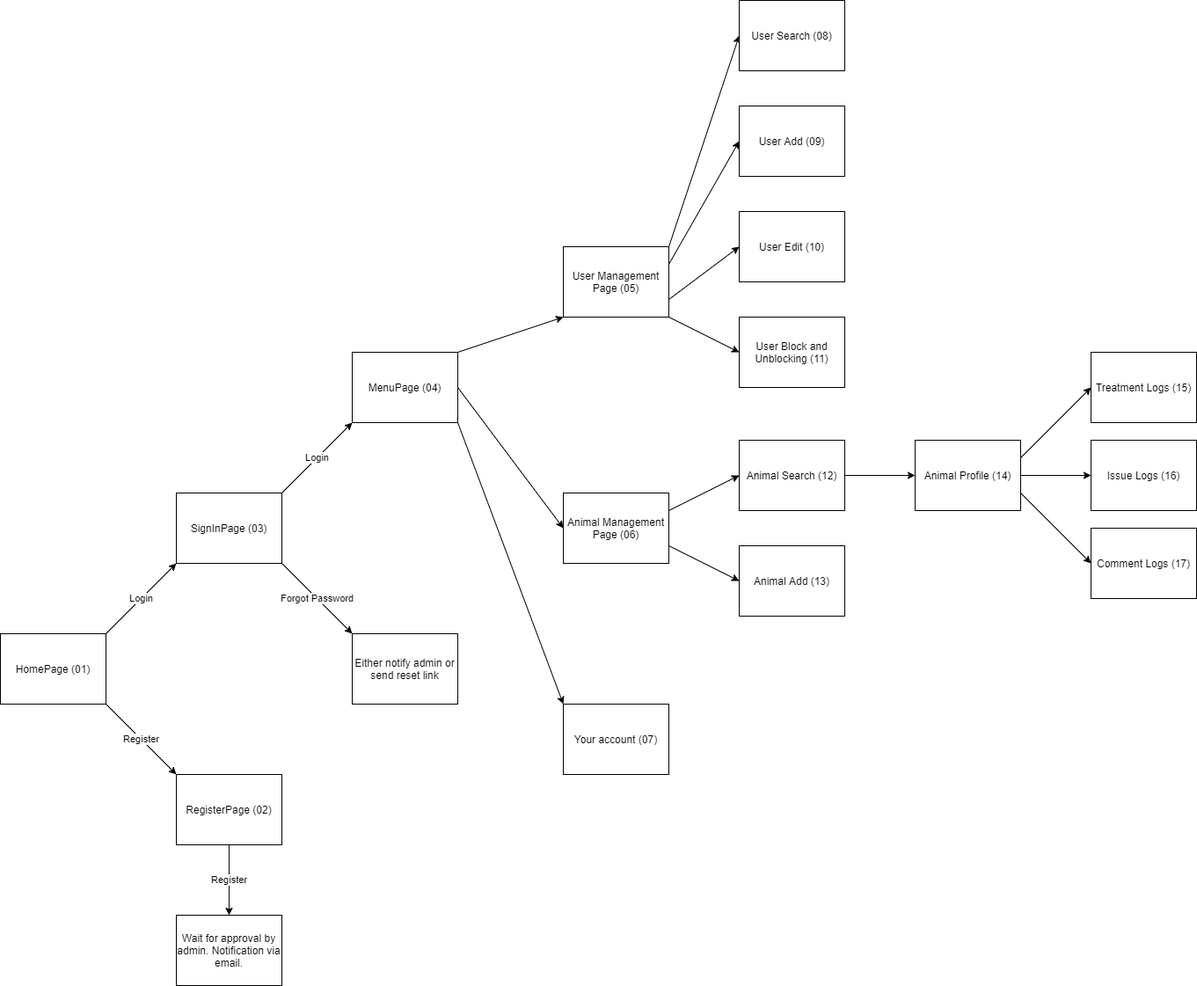
Earlier version of the draw.io export wireframing/00_Flow.png (zbhavyai/veterinary-clinic). Source tidied: cells renumbered, new cells last; positions are measured from the earlier drawing's top-left corner, leaving out a move shared by most shapes.
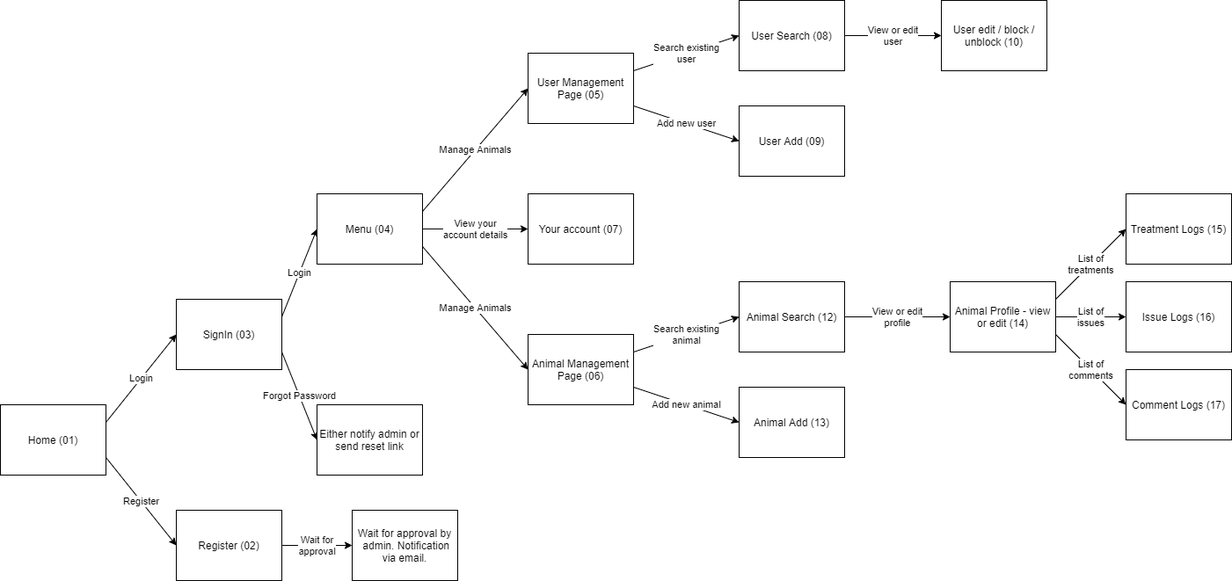
Above is the later version.

What changed in the source:
```diff
@@ -2,116 +2,110 @@
   <root>
     <mxCell id="0" />
     <mxCell id="1" parent="0" />
-    <mxCell id="2" value="Login" style="edgeStyle=none;rounded=0;jettySize=auto;html=1;exitX=1;exitY=0;exitDx=0;exitDy=0;entryX=0;entryY=1;entryDx=0;entryDy=0;endArrow=classic;endFill=1;" parent="1" edge="1" source="4" target="7">
+    <mxCell id="2" value="Login" style="edgeStyle=none;rounded=0;jettySize=auto;html=1;exitX=1;exitY=0.25;exitDx=0;exitDy=0;entryX=0;entryY=0.5;entryDx=0;entryDy=0;endArrow=classic;endFill=1;" parent="1" edge="1" source="4" target="7">
       <mxGeometry relative="1" as="geometry" />
     </mxCell>
-    <mxCell id="3" value="Register" style="edgeStyle=none;rounded=0;jettySize=auto;html=1;exitX=1;exitY=1;exitDx=0;exitDy=0;entryX=0;entryY=0;entryDx=0;entryDy=0;endArrow=classic;endFill=1;" parent="1" edge="1" source="4" target="9">
+    <mxCell id="3" value="Register" style="edgeStyle=none;rounded=0;jettySize=auto;html=1;exitX=1;exitY=0.75;exitDx=0;exitDy=0;entryX=0;entryY=0.5;entryDx=0;entryDy=0;endArrow=classic;endFill=1;" parent="1" edge="1" source="4" target="9">
       <mxGeometry relative="1" as="geometry" />
     </mxCell>
-    <mxCell id="4" value="HomePage (01)" style="rounded=0;whiteSpace=wrap;html=1;strokeWidth=1;fillColor=default;align=center;" parent="1" vertex="1">
+    <mxCell id="4" value="Home (01)" style="rounded=0;whiteSpace=wrap;html=1;strokeWidth=1;fillColor=default;align=center;" parent="1" vertex="1">
       <mxGeometry y="720" width="120" height="80" as="geometry" />
     </mxCell>
-    <mxCell id="5" value="Login" style="edgeStyle=none;rounded=0;jettySize=auto;html=1;exitX=1;exitY=0;exitDx=0;exitDy=0;entryX=0;entryY=1;entryDx=0;entryDy=0;endArrow=classic;endFill=1;" parent="1" edge="1" source="7" target="14">
+    <mxCell id="5" value="Login" style="edgeStyle=none;rounded=0;jettySize=auto;html=1;exitX=1;exitY=0.25;exitDx=0;exitDy=0;entryX=0;entryY=0.5;entryDx=0;entryDy=0;endArrow=classic;endFill=1;" parent="1" edge="1" source="7" target="14">
       <mxGeometry relative="1" as="geometry" />
     </mxCell>
-    <mxCell id="6" value="Forgot Password" style="edgeStyle=none;rounded=0;jettySize=auto;html=1;exitX=1;exitY=1;exitDx=0;exitDy=0;entryX=0;entryY=0;entryDx=0;entryDy=0;endArrow=classic;endFill=1;" parent="1" edge="1" source="7" target="15">
+    <mxCell id="6" value="Forgot Password" style="edgeStyle=none;rounded=0;jettySize=auto;html=1;exitX=1;exitY=0.75;exitDx=0;exitDy=0;entryX=0;entryY=0.5;entryDx=0;entryDy=0;endArrow=classic;endFill=1;" parent="1" edge="1" source="7" target="15">
       <mxGeometry relative="1" as="geometry" />
     </mxCell>
-    <mxCell id="7" value="SignInPage (03)" style="rounded=0;whiteSpace=wrap;html=1;strokeWidth=1;fillColor=default;align=center;" parent="1" vertex="1">
-      <mxGeometry x="200" y="560" width="120" height="80" as="geometry" />
+    <mxCell id="7" value="SignIn (03)" style="rounded=0;whiteSpace=wrap;html=1;strokeWidth=1;fillColor=default;align=center;" parent="1" vertex="1">
+      <mxGeometry x="200" y="600" width="120" height="80" as="geometry" />
     </mxCell>
-    <mxCell id="8" value="Register" style="edgeStyle=none;rounded=0;jettySize=auto;html=1;endArrow=classic;endFill=1;" parent="1" edge="1" source="9" target="10">
+    <mxCell id="8" value="Wait for&lt;br&gt;approval" style="edgeStyle=orthogonalEdgeStyle;rounded=0;jettySize=auto;html=1;" parent="1" edge="1" source="9" target="10">
       <mxGeometry relative="1" as="geometry" />
     </mxCell>
-    <mxCell id="9" value="RegisterPage (02)" style="rounded=0;whiteSpace=wrap;html=1;strokeWidth=1;fillColor=default;align=center;" parent="1" vertex="1">
-      <mxGeometry x="200" y="880" width="120" height="80" as="geometry" />
+    <mxCell id="9" value="Register (02)" style="rounded=0;whiteSpace=wrap;html=1;strokeWidth=1;fillColor=default;align=center;" parent="1" vertex="1">
+      <mxGeometry x="200" y="840" width="120" height="80" as="geometry" />
     </mxCell>
-    <mxCell id="10" value="Wait for approval by admin. Notification via email." style="rounded=0;whiteSpace=wrap;html=1;strokeWidth=1;fillColor=default;align=center;" parent="1" vertex="1">
-      <mxGeometry x="200" y="1040" width="120" height="80" as="geometry" />
+    <mxCell id="10" value="Wait for approval by&lt;br&gt;&amp;nbsp;admin. Notification via email." style="rounded=0;whiteSpace=wrap;html=1;strokeWidth=1;fillColor=default;align=center;" parent="1" vertex="1">
+      <mxGeometry x="400" y="840" width="120" height="80" as="geometry" />
     </mxCell>
-    <mxCell id="11" style="edgeStyle=none;rounded=0;jettySize=auto;html=1;exitX=1;exitY=0;exitDx=0;exitDy=0;entryX=0;entryY=1;entryDx=0;entryDy=0;endArrow=classic;endFill=1;" parent="1" edge="1" source="14" target="20">
+    <mxCell id="11" value="Manage Animals" style="edgeStyle=none;rounded=0;jettySize=auto;html=1;exitX=1;exitY=0.25;exitDx=0;exitDy=0;entryX=0;entryY=0.5;entryDx=0;entryDy=0;endArrow=classic;endFill=1;" parent="1" edge="1" source="14" target="20">
       <mxGeometry relative="1" as="geometry" />
     </mxCell>
-    <mxCell id="12" style="edgeStyle=none;rounded=0;jettySize=auto;html=1;exitX=1;exitY=0.5;exitDx=0;exitDy=0;entryX=0;entryY=0.5;entryDx=0;entryDy=0;endArrow=classic;endFill=1;" parent="1" edge="1" source="14" target="23">
+    <mxCell id="12" value="Manage Animals" style="edgeStyle=none;rounded=0;jettySize=auto;html=1;exitX=1;exitY=0.75;exitDx=0;exitDy=0;entryX=0;entryY=0.5;entryDx=0;entryDy=0;endArrow=classic;endFill=1;" parent="1" edge="1" source="14" target="23">
       <mxGeometry relative="1" as="geometry" />
     </mxCell>
-    <mxCell id="13" style="edgeStyle=none;rounded=0;jettySize=auto;html=1;exitX=1;exitY=1;exitDx=0;exitDy=0;entryX=0;entryY=0;entryDx=0;entryDy=0;endArrow=classic;endFill=1;" parent="1" edge="1" source="14" target="31">
+    <mxCell id="13" value="View your&lt;br&gt;account details" style="edgeStyle=none;rounded=0;jettySize=auto;html=1;exitX=1;exitY=0.5;exitDx=0;exitDy=0;entryX=0;entryY=0.5;entryDx=0;entryDy=0;endArrow=classic;endFill=1;" parent="1" edge="1" source="14" target="31">
       <mxGeometry relative="1" as="geometry" />
     </mxCell>
-    <mxCell id="14" value="MenuPage (04)" style="rounded=0;whiteSpace=wrap;html=1;strokeWidth=1;fillColor=default;align=center;" parent="1" vertex="1">
-      <mxGeometry x="400" y="400" width="120" height="80" as="geometry" />
+    <mxCell id="14" value="Menu (04)" style="rounded=0;whiteSpace=wrap;html=1;strokeWidth=1;fillColor=default;align=center;" parent="1" vertex="1">
+      <mxGeometry x="360" y="480" width="120" height="80" as="geometry" />
     </mxCell>
     <mxCell id="15" value="Either notify admin or send reset link" style="rounded=0;whiteSpace=wrap;html=1;strokeWidth=1;fillColor=default;align=center;" parent="1" vertex="1">
-      <mxGeometry x="400" y="720" width="120" height="80" as="geometry" />
+      <mxGeometry x="360" y="720" width="120" height="80" as="geometry" />
     </mxCell>
-    <mxCell id="16" style="edgeStyle=none;rounded=0;jettySize=auto;html=1;exitX=1;exitY=0;exitDx=0;exitDy=0;entryX=0;entryY=0.5;entryDx=0;entryDy=0;endArrow=classic;endFill=1;" parent="1" edge="1" source="20" target="24">
+    <mxCell id="16" value="Search existing&lt;br&gt;user" style="edgeStyle=none;rounded=0;jettySize=auto;html=1;exitX=1;exitY=0.25;exitDx=0;exitDy=0;entryX=0;entryY=0.5;entryDx=0;entryDy=0;endArrow=classic;endFill=1;" parent="1" edge="1" source="20" target="24">
       <mxGeometry relative="1" as="geometry" />
     </mxCell>
-    <mxCell id="17" style="edgeStyle=none;rounded=0;jettySize=auto;html=1;exitX=1;exitY=0.25;exitDx=0;exitDy=0;entryX=0;entryY=0.5;entryDx=0;entryDy=0;endArrow=classic;endFill=1;" parent="1" edge="1" source="20" target="25">
+    <mxCell id="17" value="Add new user" style="edgeStyle=none;rounded=0;jettySize=auto;html=1;exitX=1;exitY=0.75;exitDx=0;exitDy=0;entryX=0;entryY=0.5;entryDx=0;entryDy=0;endArrow=classic;endFill=1;" parent="1" edge="1" source="20" target="25">
       <mxGeometry relative="1" as="geometry" />
     </mxCell>
-    <mxCell id="18" style="edgeStyle=none;rounded=0;jettySize=auto;html=1;exitX=1;exitY=0.75;exitDx=0;exitDy=0;entryX=0;entryY=0.5;entryDx=0;entryDy=0;endArrow=classic;endFill=1;" parent="1" edge="1" source="20" target="26">
-      <mxGeometry relative="1" as="geometry" />
-    </mxCell>
-    <mxCell id="19" style="edgeStyle=none;rounded=0;jettySize=auto;html=1;exitX=1;exitY=1;exitDx=0;exitDy=0;entryX=0;entryY=0.5;entryDx=0;entryDy=0;endArrow=classic;endFill=1;" parent="1" edge="1" source="20" target="27">
-      <mxGeometry relative="1" as="geometry" />
-    </mxCell>
     <mxCell id="20" value="User Management Page (05)" style="rounded=0;whiteSpace=wrap;html=1;strokeWidth=1;fillColor=default;align=center;" parent="1" vertex="1">
-      <mxGeometry x="640" y="280" width="120" height="80" as="geometry" />
+      <mxGeometry x="600" y="320" width="120" height="80" as="geometry" />
     </mxCell>
-    <mxCell id="21" style="edgeStyle=none;rounded=0;jettySize=auto;html=1;exitX=1;exitY=0.25;exitDx=0;exitDy=0;entryX=0;entryY=0.5;entryDx=0;entryDy=0;endArrow=classic;endFill=1;" parent="1" edge="1" source="23" target="29">
+    <mxCell id="21" value="Search existing&lt;br&gt;animal" style="edgeStyle=none;rounded=0;jettySize=auto;html=1;exitX=1;exitY=0.25;exitDx=0;exitDy=0;entryX=0;entryY=0.5;entryDx=0;entryDy=0;endArrow=classic;endFill=1;" parent="1" edge="1" source="23" target="29">
       <mxGeometry relative="1" as="geometry" />
     </mxCell>
-    <mxCell id="22" style="edgeStyle=none;rounded=0;jettySize=auto;html=1;exitX=1;exitY=0.75;exitDx=0;exitDy=0;entryX=0;entryY=0.5;entryDx=0;entryDy=0;endArrow=classic;endFill=1;" parent="1" edge="1" source="23" target="30">
+    <mxCell id="22" value="Add new animal" style="edgeStyle=none;rounded=0;jettySize=auto;html=1;exitX=1;exitY=0.75;exitDx=0;exitDy=0;entryX=0;entryY=0.5;entryDx=0;entryDy=0;endArrow=classic;endFill=1;" parent="1" edge="1" source="23" target="30">
       <mxGeometry relative="1" as="geometry" />
     </mxCell>
     <mxCell id="23" value="Animal Management Page (06)" style="rounded=0;whiteSpace=wrap;html=1;strokeWidth=1;fillColor=default;align=center;" parent="1" vertex="1">
-      <mxGeometry x="640" y="560" width="120" height="80" as="geometry" />
+      <mxGeometry x="600" y="640" width="120" height="80" as="geometry" />
     </mxCell>
+    <mxCell id="39" value="View or edit&lt;br&gt;user" style="edgeStyle=orthogonalEdgeStyle;rounded=0;jettySize=auto;html=1;" parent="1" edge="1" source="24" target="26">
+      <mxGeometry relative="1" as="geometry" />
+    </mxCell>
     <mxCell id="24" value="User Search (08)" style="rounded=0;whiteSpace=wrap;html=1;strokeWidth=1;fillColor=default;align=center;" parent="1" vertex="1">
-      <mxGeometry x="840" width="120" height="80" as="geometry" />
+      <mxGeometry x="840" y="260" width="120" height="80" as="geometry" />
     </mxCell>
     <mxCell id="25" value="User Add (09)" style="rounded=0;whiteSpace=wrap;html=1;strokeWidth=1;fillColor=default;align=center;" parent="1" vertex="1">
-      <mxGeometry x="840" y="120" width="120" height="80" as="geometry" />
+      <mxGeometry x="840" y="380" width="120" height="80" as="geometry" />
     </mxCell>
-    <mxCell id="26" value="User Edit (10)" style="rounded=0;whiteSpace=wrap;html=1;strokeWidth=1;fillColor=default;align=center;" parent="1" vertex="1">
-      <mxGeometry x="840" y="240" width="120" height="80" as="geometry" />
+    <mxCell id="26" value="User edit / block / unblock (10)" style="rounded=0;whiteSpace=wrap;html=1;strokeWidth=1;fillColor=default;align=center;" parent="1" vertex="1">
+      <mxGeometry x="1070" y="260" width="120" height="80" as="geometry" />
     </mxCell>
-    <mxCell id="27" value="User Block and Unblocking (11)" style="rounded=0;whiteSpace=wrap;html=1;strokeWidth=1;fillColor=default;align=center;" parent="1" vertex="1">
-      <mxGeometry x="840" y="360" width="120" height="80" as="geometry" />
-    </mxCell>
-    <mxCell id="28" style="edgeStyle=none;rounded=0;jettySize=auto;html=1;exitX=1;exitY=0.5;exitDx=0;exitDy=0;entryX=0;entryY=0.5;entryDx=0;entryDy=0;endArrow=classic;endFill=1;" parent="1" edge="1" source="29" target="35">
+    <mxCell id="28" value="View or edit&lt;br&gt;profile" style="edgeStyle=none;rounded=0;jettySize=auto;html=1;exitX=1;exitY=0.5;exitDx=0;exitDy=0;entryX=0;entryY=0.5;entryDx=0;entryDy=0;endArrow=classic;endFill=1;" parent="1" edge="1" source="29" target="35">
       <mxGeometry relative="1" as="geometry" />
     </mxCell>
     <mxCell id="29" value="Animal Search (12)" style="rounded=0;whiteSpace=wrap;html=1;strokeWidth=1;fillColor=default;align=center;" parent="1" vertex="1">
-      <mxGeometry x="840" y="500" width="120" height="80" as="geometry" />
+      <mxGeometry x="840" y="580" width="120" height="80" as="geometry" />
     </mxCell>
     <mxCell id="30" value="Animal Add (13)" style="rounded=0;whiteSpace=wrap;html=1;strokeWidth=1;fillColor=default;align=center;" parent="1" vertex="1">
-      <mxGeometry x="840" y="620" width="120" height="80" as="geometry" />
+      <mxGeometry x="840" y="700" width="120" height="80" as="geometry" />
     </mxCell>
     <mxCell id="31" value="Your account (07)" style="rounded=0;whiteSpace=wrap;html=1;strokeWidth=1;fillColor=default;align=center;" parent="1" vertex="1">
-      <mxGeometry x="640" y="800" width="120" height="80" as="geometry" />
+      <mxGeometry x="600" y="480" width="120" height="80" as="geometry" />
     </mxCell>
-    <mxCell id="32" style="edgeStyle=none;rounded=0;jettySize=auto;html=1;exitX=1;exitY=0.25;exitDx=0;exitDy=0;entryX=0;entryY=0.5;entryDx=0;entryDy=0;endArrow=classic;endFill=1;" parent="1" edge="1" source="35" target="36">
+    <mxCell id="32" value="List of&lt;br&gt;treatments" style="edgeStyle=none;rounded=0;jettySize=auto;html=1;exitX=1;exitY=0.25;exitDx=0;exitDy=0;entryX=0;entryY=0.5;entryDx=0;entryDy=0;endArrow=classic;endFill=1;" parent="1" edge="1" source="35" target="36">
       <mxGeometry relative="1" as="geometry" />
     </mxCell>
-    <mxCell id="33" style="edgeStyle=none;rounded=0;jettySize=auto;html=1;exitX=1;exitY=0.75;exitDx=0;exitDy=0;entryX=0;entryY=0.5;entryDx=0;entryDy=0;endArrow=classic;endFill=1;" parent="1" edge="1" source="35" target="37">
+    <mxCell id="33" value="List of&lt;br&gt;comments" style="edgeStyle=none;rounded=0;jettySize=auto;html=1;exitX=1;exitY=0.75;exitDx=0;exitDy=0;entryX=0;entryY=0.5;entryDx=0;entryDy=0;endArrow=classic;endFill=1;" parent="1" edge="1" source="35" target="37">
       <mxGeometry relative="1" as="geometry" />
     </mxCell>
-    <mxCell id="34" style="edgeStyle=none;rounded=0;jettySize=auto;html=1;endArrow=classic;endFill=1;" parent="1" edge="1" source="35" target="38">
+    <mxCell id="34" value="List of&lt;br&gt;issues" style="edgeStyle=none;rounded=0;jettySize=auto;html=1;endArrow=classic;endFill=1;" parent="1" edge="1" source="35" target="38">
       <mxGeometry relative="1" as="geometry" />
     </mxCell>
-    <mxCell id="35" value="Animal Profile (14)" style="rounded=0;whiteSpace=wrap;html=1;strokeWidth=1;fillColor=default;align=center;" parent="1" vertex="1">
-      <mxGeometry x="1040" y="500" width="120" height="80" as="geometry" />
+    <mxCell id="35" value="Animal Profile - view or edit (14)" style="rounded=0;whiteSpace=wrap;html=1;strokeWidth=1;fillColor=default;align=center;" parent="1" vertex="1">
+      <mxGeometry x="1080" y="580" width="120" height="80" as="geometry" />
     </mxCell>
     <mxCell id="36" value="Treatment Logs (15)" style="rounded=0;whiteSpace=wrap;html=1;strokeWidth=1;fillColor=default;align=center;" parent="1" vertex="1">
-      <mxGeometry x="1240" y="400" width="120" height="80" as="geometry" />
+      <mxGeometry x="1280" y="480" width="120" height="80" as="geometry" />
     </mxCell>
     <mxCell id="37" value="Comment Logs (17)" style="rounded=0;whiteSpace=wrap;html=1;strokeWidth=1;fillColor=default;align=center;" parent="1" vertex="1">
-      <mxGeometry x="1240" y="600" width="120" height="80" as="geometry" />
+      <mxGeometry x="1280" y="680" width="120" height="80" as="geometry" />
     </mxCell>
     <mxCell id="38" value="Issue Logs (16)" style="rounded=0;whiteSpace=wrap;html=1;strokeWidth=1;fillColor=default;align=center;" parent="1" vertex="1">
-      <mxGeometry x="1240" y="500" width="120" height="80" as="geometry" />
+      <mxGeometry x="1280" y="580" width="120" height="80" as="geometry" />
     </mxCell>
   </root>
 </mxGraphModel>
```
